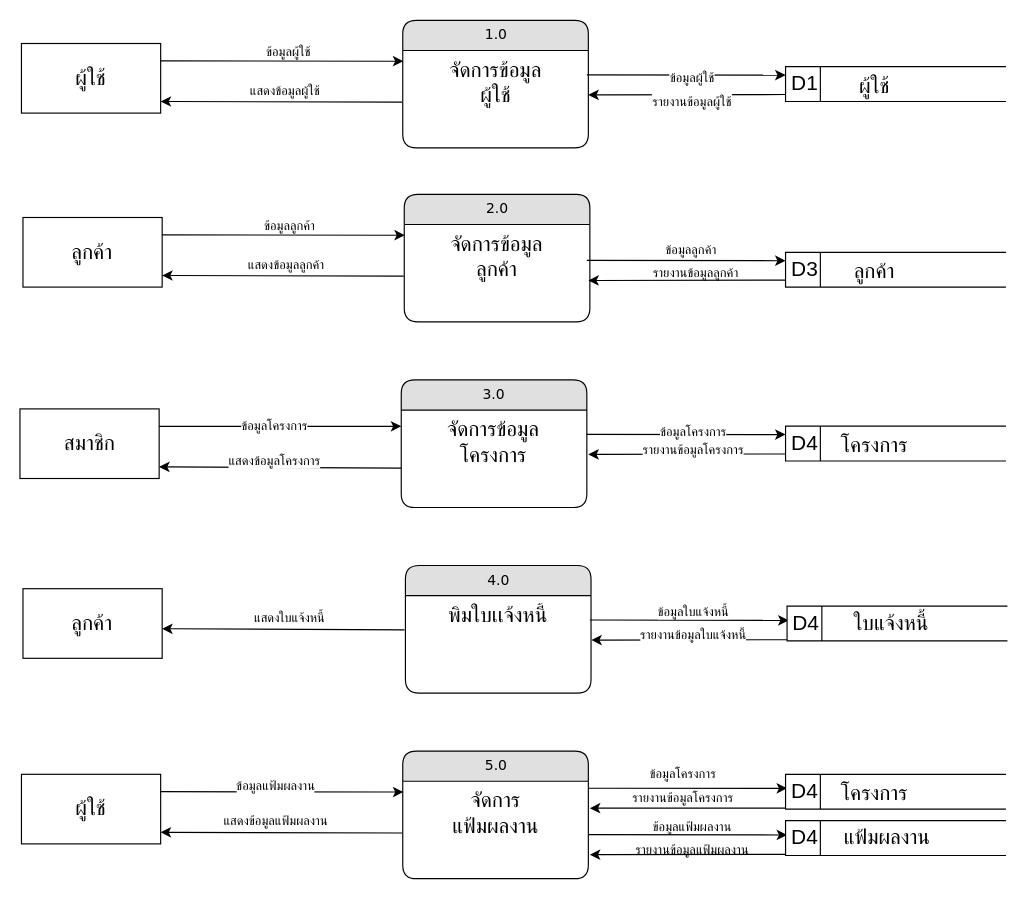
This is dataflow-pms-process1.drawio from NewSnooker/it-udvc-pms, a draw.io file, before an edit. Source tidied: cells renumbered, new cells numbered last; positions are measured from the earlier drawing's top-left corner, leaving out a move shared by most shapes. Both pictures are drawn from the tidied source at 116%, with x=0, y=0 at pixel (20, 20).
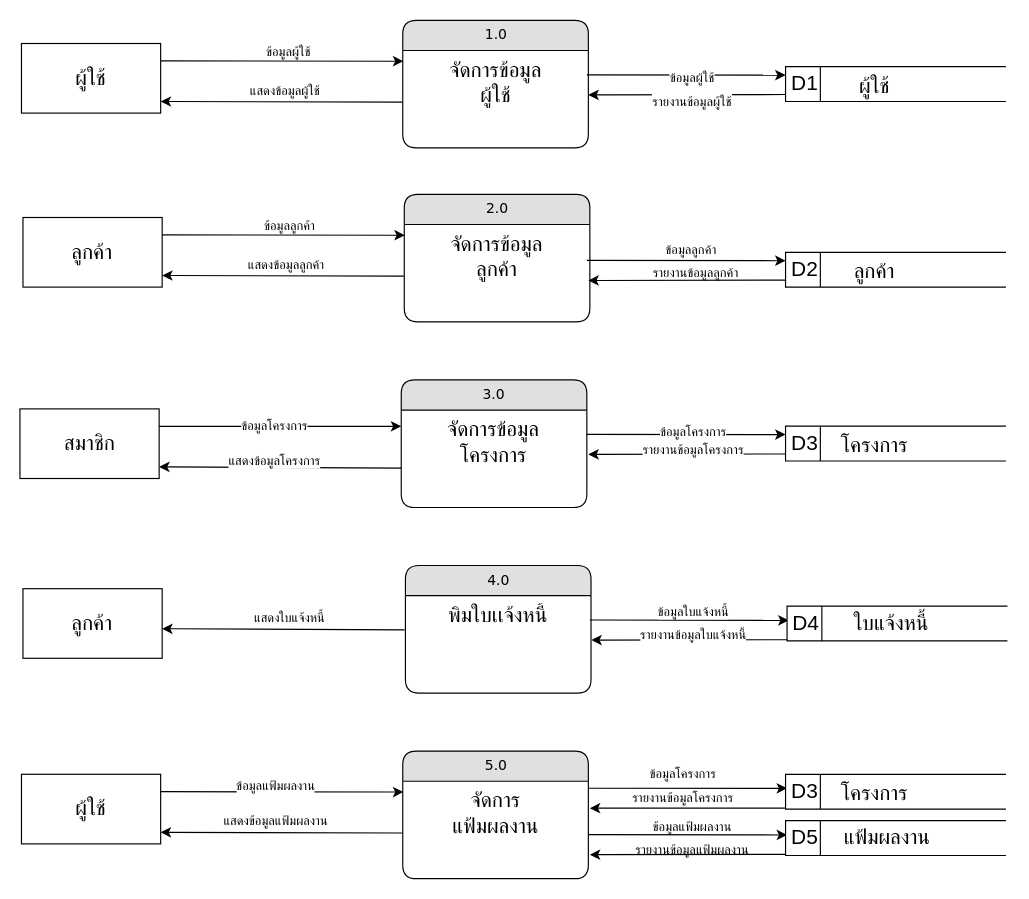
Above is the later version.

Unchanged cells that the change refers to:
```xml
<mxCell id="19" style="group;" parent="1" vertex="1">
  <mxGeometry x="659.7" y="349.9" width="190" height="30" as="geometry" />
</mxCell>
<mxCell id="57" style="group;" parent="1" vertex="1">
  <mxGeometry x="659.7" y="650" width="190" height="30" as="geometry" />
</mxCell>
<mxCell id="62" style="group;" parent="1" vertex="1">
  <mxGeometry x="659.7" y="690" width="190" height="30" as="geometry" />
</mxCell>
<mxCell id="72" style="group;" parent="1" vertex="1">
  <mxGeometry x="659.7" y="200" width="190" height="30" as="geometry" />
</mxCell>
```

Diff of the diagram source:
```diff
@@
-    <mxCell id="20" value="&lt;font style=&quot;font-size: 18px;&quot;&gt;D4&lt;/font&gt;" style="html=1;dashed=0;whiteSpace=wrap;shape=mxgraph.dfd.dataStoreID;align=left;spacingLeft=3;points=[[0,0],[0.5,0],[1,0],[0,0.5],[1,0.5],[0,1],[0.5,1],[1,1]];" parent="19" vertex="1">
+    <mxCell id="20" value="&lt;font style=&quot;font-size: 18px;&quot;&gt;D3&lt;/font&gt;" style="html=1;dashed=0;whiteSpace=wrap;shape=mxgraph.dfd.dataStoreID;align=left;spacingLeft=3;points=[[0,0],[0.5,0],[1,0],[0,0.5],[1,0.5],[0,1],[0.5,1],[1,1]];" parent="19" vertex="1">
       <mxGeometry width="190" height="30" as="geometry" />
     </mxCell>
@@
-    <mxCell id="58" value="&lt;font style=&quot;font-size: 18px;&quot;&gt;D4&lt;/font&gt;" style="html=1;dashed=0;whiteSpace=wrap;shape=mxgraph.dfd.dataStoreID;align=left;spacingLeft=3;" parent="57" vertex="1">
+    <mxCell id="58" value="&lt;font style=&quot;font-size: 18px;&quot;&gt;D3&lt;/font&gt;" style="html=1;dashed=0;whiteSpace=wrap;shape=mxgraph.dfd.dataStoreID;align=left;spacingLeft=3;" parent="57" vertex="1">
       <mxGeometry width="190" height="30" as="geometry" />
     </mxCell>
@@
-    <mxCell id="63" value="&lt;font style=&quot;font-size: 18px;&quot;&gt;D4&lt;/font&gt;" style="html=1;dashed=0;whiteSpace=wrap;shape=mxgraph.dfd.dataStoreID;align=left;spacingLeft=3;" parent="62" vertex="1">
+    <mxCell id="63" value="&lt;font style=&quot;font-size: 18px;&quot;&gt;D5&lt;/font&gt;" style="html=1;dashed=0;whiteSpace=wrap;shape=mxgraph.dfd.dataStoreID;align=left;spacingLeft=3;" parent="62" vertex="1">
       <mxGeometry width="190" height="30" as="geometry" />
     </mxCell>
@@
-    <mxCell id="73" value="&lt;font style=&quot;font-size: 18px;&quot;&gt;D3&lt;/font&gt;" style="html=1;dashed=0;whiteSpace=wrap;shape=mxgraph.dfd.dataStoreID;align=left;spacingLeft=3;points=[[0,0],[0.5,0],[1,0],[0,0.5],[1,0.5],[0,1],[0.5,1],[1,1]];" parent="72" vertex="1">
+    <mxCell id="73" value="&lt;font style=&quot;font-size: 18px;&quot;&gt;D2&lt;/font&gt;" style="html=1;dashed=0;whiteSpace=wrap;shape=mxgraph.dfd.dataStoreID;align=left;spacingLeft=3;points=[[0,0],[0.5,0],[1,0],[0,0.5],[1,0.5],[0,1],[0.5,1],[1,1]];" parent="72" vertex="1">
       <mxGeometry width="190" height="30" as="geometry" />
     </mxCell>
```
